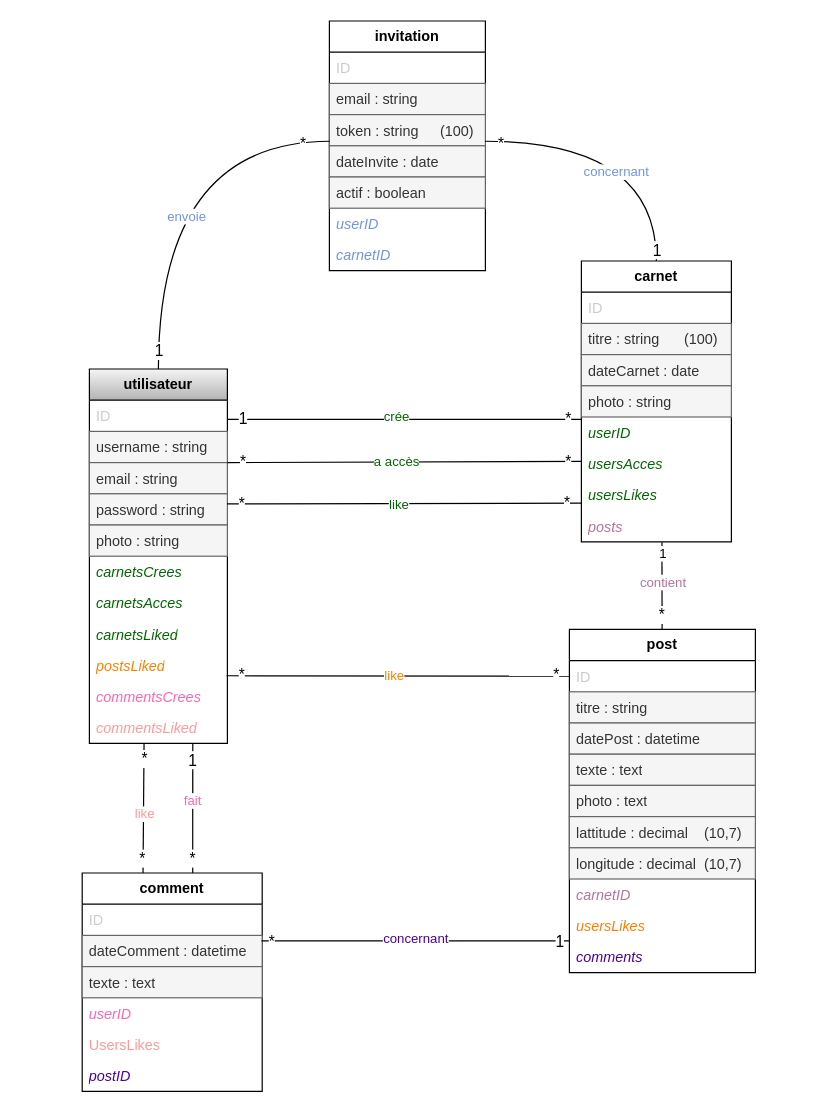
The draw.io diagram doc-projet-symfony/Diagr_CarnetVoyage3.drawio in Lcdz85/ProjetFinal-Laura, before the edit. Source tidied: cells renumbered, new cells numbered last; positions are measured from the earlier drawing's top-left corner, leaving out a move shared by most shapes. Both pictures are drawn from the tidied source at 120%, with x=0, y=0 at pixel (82, 20).
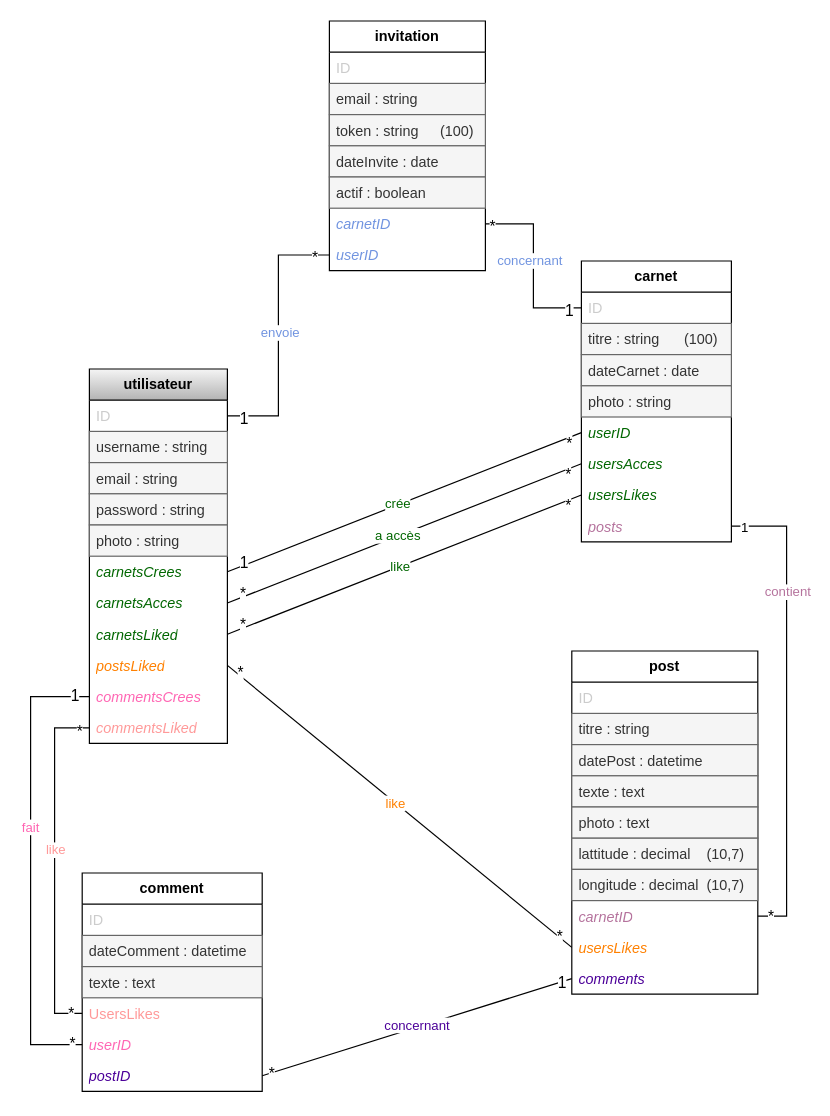
The same diagram, later.

Commit message (it also covers changes not shown here):
modif UML

Unchanged cells that the change refers to:
```xml
<mxCell id="2" value="&lt;b&gt;utilisateur&lt;/b&gt;" style="swimlane;fontStyle=0;horizontal=1;startSize=26;whiteSpace=wrap;html=1;fillColor=#f5f5f5;strokeColor=#000000;gradientColor=#b3b3b3;" parent="1" vertex="1">
  <mxGeometry x="6" y="290" width="115" height="312" as="geometry" />
</mxCell>
<mxCell id="3" value="&lt;font style=&quot;&quot;&gt;ID&lt;/font&gt;" style="text;strokeColor=none;fillColor=none;align=left;verticalAlign=top;spacingLeft=4;spacingRight=4;overflow=hidden;points=[[0,0.5],[1,0.5]];portConstraint=eastwest;whiteSpace=wrap;html=1;fontColor=light-dark(#CCCCCC,#EDEDED);" parent="2" vertex="1">
  <mxGeometry y="26" width="115" height="26" as="geometry" />
</mxCell>
<mxCell id="6" value="password : string" style="text;strokeColor=#666666;fillColor=#f5f5f5;align=left;verticalAlign=top;spacingLeft=4;spacingRight=4;overflow=hidden;points=[[0,0.5],[1,0.5]];portConstraint=eastwest;whiteSpace=wrap;html=1;fontColor=#333333;" parent="2" vertex="1">
  <mxGeometry y="104" width="115" height="26" as="geometry" />
</mxCell>
<mxCell id="8" value="&lt;font&gt;&lt;i&gt;carnetsCrees&lt;/i&gt;&lt;/font&gt;" style="text;strokeColor=none;fillColor=none;align=left;verticalAlign=top;spacingLeft=4;spacingRight=4;overflow=hidden;points=[[0,0.5],[1,0.5]];portConstraint=eastwest;whiteSpace=wrap;html=1;fontColor=#006600;" parent="2" vertex="1">
  <mxGeometry y="156" width="115" height="26" as="geometry" />
</mxCell>
<mxCell id="9" value="&lt;font&gt;&lt;i&gt;carnetsAcces&lt;/i&gt;&lt;/font&gt;" style="text;strokeColor=none;fillColor=none;align=left;verticalAlign=top;spacingLeft=4;spacingRight=4;overflow=hidden;points=[[0,0.5],[1,0.5]];portConstraint=eastwest;whiteSpace=wrap;html=1;fontColor=#006600;" parent="2" vertex="1">
  <mxGeometry y="182" width="115" height="26" as="geometry" />
</mxCell>
<mxCell id="10" value="&lt;font&gt;&lt;i&gt;carnetsLiked&lt;/i&gt;&lt;/font&gt;" style="text;strokeColor=none;fillColor=none;align=left;verticalAlign=top;spacingLeft=4;spacingRight=4;overflow=hidden;points=[[0,0.5],[1,0.5]];portConstraint=eastwest;whiteSpace=wrap;html=1;fontColor=#006600;" parent="2" vertex="1">
  <mxGeometry y="208" width="115" height="26" as="geometry" />
</mxCell>
<mxCell id="11" value="&lt;font&gt;&lt;i&gt;postsLiked&lt;/i&gt;&lt;/font&gt;" style="text;strokeColor=none;fillColor=none;align=left;verticalAlign=top;spacingLeft=4;spacingRight=4;overflow=hidden;points=[[0,0.5],[1,0.5]];portConstraint=eastwest;whiteSpace=wrap;html=1;fontColor=#FF8000;" parent="2" vertex="1">
  <mxGeometry y="234" width="115" height="26" as="geometry" />
</mxCell>
<mxCell id="12" value="&lt;font&gt;&lt;i&gt;commentsCrees&lt;/i&gt;&lt;/font&gt;" style="text;strokeColor=none;fillColor=none;align=left;verticalAlign=top;spacingLeft=4;spacingRight=4;overflow=hidden;points=[[0,0.5],[1,0.5]];portConstraint=eastwest;whiteSpace=wrap;html=1;fontColor=light-dark(#FF66B3,#EDEDED);" parent="2" vertex="1">
  <mxGeometry y="260" width="115" height="26" as="geometry" />
</mxCell>
<mxCell id="13" value="&lt;font&gt;&lt;i&gt;commentsLiked&lt;/i&gt;&lt;/font&gt;" style="text;strokeColor=none;fillColor=none;align=left;verticalAlign=top;spacingLeft=4;spacingRight=4;overflow=hidden;points=[[0,0.5],[1,0.5]];portConstraint=eastwest;whiteSpace=wrap;html=1;fontColor=#FF9999;" parent="2" vertex="1">
  <mxGeometry y="286" width="115" height="26" as="geometry" />
</mxCell>
<mxCell id="14" value="&lt;b&gt;carnet&lt;/b&gt;" style="swimlane;fontStyle=0;horizontal=1;startSize=26;fillColor=none;whiteSpace=wrap;html=1;" parent="1" vertex="1">
  <mxGeometry x="416" y="200" width="125" height="234" as="geometry" />
</mxCell>
<mxCell id="15" value="&lt;font style=&quot;&quot;&gt;ID&lt;/font&gt;" style="text;strokeColor=none;fillColor=none;align=left;verticalAlign=top;spacingLeft=4;spacingRight=4;overflow=hidden;points=[[0,0.5],[1,0.5]];portConstraint=eastwest;whiteSpace=wrap;html=1;fontColor=light-dark(#CCCCCC,#EDEDED);" parent="14" vertex="1">
  <mxGeometry y="26" width="125" height="26" as="geometry" />
</mxCell>
<mxCell id="19" value="&lt;i&gt;userID&lt;/i&gt;" style="text;strokeColor=none;fillColor=none;align=left;verticalAlign=top;spacingLeft=4;spacingRight=4;overflow=hidden;points=[[0,0.5],[1,0.5]];portConstraint=eastwest;whiteSpace=wrap;html=1;fontColor=light-dark(#006600,#EDEDED);" parent="14" vertex="1">
  <mxGeometry y="130" width="125" height="26" as="geometry" />
</mxCell>
<mxCell id="20" value="&lt;i&gt;usersAcces&lt;/i&gt;" style="text;strokeColor=none;fillColor=none;align=left;verticalAlign=top;spacingLeft=4;spacingRight=4;overflow=hidden;points=[[0,0.5],[1,0.5]];portConstraint=eastwest;whiteSpace=wrap;html=1;fontColor=light-dark(#006600,#EDEDED);" parent="14" vertex="1">
  <mxGeometry y="156" width="125" height="26" as="geometry" />
</mxCell>
<mxCell id="21" value="&lt;i&gt;usersLikes&lt;/i&gt;" style="text;strokeColor=none;fillColor=none;align=left;verticalAlign=top;spacingLeft=4;spacingRight=4;overflow=hidden;points=[[0,0.5],[1,0.5]];portConstraint=eastwest;whiteSpace=wrap;html=1;fontColor=light-dark(#006600,#EDEDED);" parent="14" vertex="1">
  <mxGeometry y="182" width="125" height="26" as="geometry" />
</mxCell>
<mxCell id="22" value="&lt;i&gt;posts&lt;/i&gt;" style="text;strokeColor=none;fillColor=none;align=left;verticalAlign=top;spacingLeft=4;spacingRight=4;overflow=hidden;points=[[0,0.5],[1,0.5]];portConstraint=eastwest;whiteSpace=wrap;html=1;fontColor=light-dark(#B5739D,#EDEDED);" parent="14" vertex="1">
  <mxGeometry y="208" width="125" height="26" as="geometry" />
</mxCell>
<mxCell id="32" value="&lt;font style=&quot;&quot;&gt;ID&lt;/font&gt;" style="text;strokeColor=none;fillColor=none;align=left;verticalAlign=top;spacingLeft=4;spacingRight=4;overflow=hidden;points=[[0,0.5],[1,0.5]];portConstraint=eastwest;whiteSpace=wrap;html=1;fontColor=light-dark(#CCCCCC,#EDEDED);" parent="31" vertex="1">
  <mxGeometry y="26" width="155" height="26" as="geometry" />
</mxCell>
<mxCell id="39" value="&lt;i&gt;carnetID&lt;/i&gt;" style="text;strokeColor=none;fillColor=none;align=left;verticalAlign=top;spacingLeft=4;spacingRight=4;overflow=hidden;points=[[0,0.5],[1,0.5]];portConstraint=eastwest;whiteSpace=wrap;html=1;fontColor=light-dark(#B5739D,#EDEDED);" parent="31" vertex="1">
  <mxGeometry y="208" width="155" height="26" as="geometry" />
</mxCell>
<mxCell id="40" value="&lt;i&gt;usersLikes&lt;/i&gt;" style="text;strokeColor=none;fillColor=none;align=left;verticalAlign=top;spacingLeft=4;spacingRight=4;overflow=hidden;points=[[0,0.5],[1,0.5]];portConstraint=eastwest;whiteSpace=wrap;html=1;fontColor=#FF8000;" parent="31" vertex="1">
  <mxGeometry y="234" width="155" height="26" as="geometry" />
</mxCell>
<mxCell id="41" value="&lt;i&gt;comments&lt;/i&gt;" style="text;strokeColor=none;fillColor=none;align=left;verticalAlign=top;spacingLeft=4;spacingRight=4;overflow=hidden;points=[[0,0.5],[1,0.5]];portConstraint=eastwest;whiteSpace=wrap;html=1;fontColor=light-dark(#4C0099,#EDEDED);" parent="31" vertex="1">
  <mxGeometry y="260" width="155" height="26" as="geometry" />
</mxCell>
<mxCell id="46" value="&lt;b&gt;comment&lt;/b&gt;" style="swimlane;fontStyle=0;horizontal=1;startSize=26;fillColor=none;whiteSpace=wrap;html=1;" parent="1" vertex="1">
  <mxGeometry y="710" width="150" height="182" as="geometry" />
</mxCell>
<mxCell id="48" value="dateComment : datetime" style="text;strokeColor=#666666;fillColor=#f5f5f5;align=left;verticalAlign=top;spacingLeft=4;spacingRight=4;overflow=hidden;points=[[0,0.5],[1,0.5]];portConstraint=eastwest;whiteSpace=wrap;html=1;fontColor=#333333;" parent="46" vertex="1">
  <mxGeometry y="52" width="150" height="26" as="geometry" />
</mxCell>
<mxCell id="52" value="&lt;i&gt;postID&lt;/i&gt;" style="text;strokeColor=none;fillColor=none;align=left;verticalAlign=top;spacingLeft=4;spacingRight=4;overflow=hidden;points=[[0,0.5],[1,0.5]];portConstraint=eastwest;whiteSpace=wrap;html=1;fontColor=light-dark(#4C0099,#EDEDED);" parent="46" vertex="1">
  <mxGeometry y="156" width="150" height="26" as="geometry" />
</mxCell>
<mxCell id="65" value="&lt;b&gt;invitation&lt;/b&gt;" style="swimlane;fontStyle=0;horizontal=1;startSize=26;fillColor=none;whiteSpace=wrap;html=1;" parent="1" vertex="1">
  <mxGeometry x="206" width="130" height="208" as="geometry" />
</mxCell>
<mxCell id="68" value="token : string&lt;span style=&quot;white-space: pre;&quot;&gt;&#9;&lt;/span&gt;&amp;nbsp;&amp;nbsp;(100)" style="text;strokeColor=#666666;fillColor=#f5f5f5;align=left;verticalAlign=top;spacingLeft=4;spacingRight=4;overflow=hidden;points=[[0,0.5],[1,0.5]];portConstraint=eastwest;whiteSpace=wrap;html=1;fontColor=#333333;" parent="65" vertex="1">
  <mxGeometry y="78" width="130" height="26" as="geometry" />
</mxCell>
```

Change to the diagram source:
```diff
@@
-    <mxCell id="23" style="endArrow=none;endFill=0;endSize=12;html=1;rounded=0;entryX=-0.001;entryY=0.073;entryDx=0;entryDy=0;entryPerimeter=0;exitX=0.997;exitY=0.615;exitDx=0;exitDy=0;exitPerimeter=0;" parent="1" edge="1" source="3" target="19">
+    <mxCell id="23" style="endArrow=none;endFill=0;endSize=12;html=1;rounded=0;entryX=0;entryY=0.5;entryDx=0;entryDy=0;exitX=1;exitY=0.5;exitDx=0;exitDy=0;" parent="1" edge="1" source="8" target="19">
       <mxGeometry relative="1" as="geometry" />
     </mxCell>
@@
-    <mxCell id="27" style="endArrow=none;endFill=0;endSize=12;html=1;rounded=0;strokeColor=light-dark(#000000, #2b82da);entryX=-0.003;entryY=0.424;entryDx=0;entryDy=0;entryPerimeter=0;exitX=1;exitY=0.25;exitDx=0;exitDy=0;" parent="1" edge="1" source="2" target="20">
+    <mxCell id="27" style="endArrow=none;endFill=0;endSize=12;html=1;rounded=0;strokeColor=light-dark(#000000, #2b82da);exitX=1;exitY=0.5;exitDx=0;exitDy=0;entryX=0;entryY=0.5;entryDx=0;entryDy=0;" parent="1" edge="1" source="9" target="20">
       <mxGeometry relative="1" as="geometry" />
     </mxCell>
@@
     <mxCell id="31" value="&lt;b&gt;post&lt;/b&gt;" style="swimlane;fontStyle=0;horizontal=1;startSize=26;fillColor=none;whiteSpace=wrap;html=1;" parent="1" vertex="1">
-      <mxGeometry x="406" y="507" width="155" height="286" as="geometry" />
+      <mxGeometry x="408" y="525" width="155" height="286" as="geometry" />
     </mxCell>
@@
-    <mxCell id="42" style="endArrow=none;endFill=0;endSize=12;html=1;rounded=0;entryX=0.537;entryY=1.016;entryDx=0;entryDy=0;entryPerimeter=0;" parent="1" edge="1" source="31" target="22">
-      <mxGeometry relative="1" as="geometry" />
+    <mxCell id="42" style="endArrow=none;endFill=0;endSize=12;html=1;rounded=0;entryX=1;entryY=0.5;entryDx=0;entryDy=0;exitX=1;exitY=0.5;exitDx=0;exitDy=0;edgeStyle=orthogonalEdgeStyle;" parent="1" edge="1" source="39" target="22">
+      <mxGeometry relative="1" as="geometry">
+        <Array as="points">
+          <mxPoint x="587" y="746" />
+          <mxPoint x="587" y="421" />
+        </Array>
+      </mxGeometry>
     </mxCell>
     <mxCell id="43" value="1" style="edgeLabel;html=1;align=center;verticalAlign=middle;" parent="42" vertex="1">
-      <mxGeometry x="0.77" relative="1" as="geometry" />
+      <mxGeometry x="0.77" relative="1" as="geometry">
+        <mxPoint x="-35" as="offset" />
+      </mxGeometry>
     </mxCell>
     <mxCell id="44" value="*" style="edgeLabel;html=1;align=center;verticalAlign=middle;fontSize=13;" parent="42" vertex="1">
       <mxGeometry x="-0.82" relative="1" as="geometry">
-        <mxPoint x="-1" y="-6" as="offset" />
+        <mxPoint x="-14" y="11" as="offset" />
       </mxGeometry>
     </mxCell>
     <mxCell id="45" value="contient" style="edgeLabel;html=1;align=center;verticalAlign=middle;fontColor=light-dark(#B5739D,#EDEDED);" parent="42" vertex="1">
       <mxGeometry x="0.01" relative="1" as="geometry">
-        <mxPoint y="-3" as="offset" />
+        <mxPoint y="-96" as="offset" />
       </mxGeometry>
     </mxCell>
@@
+    <mxCell id="51" value="&lt;div&gt;UsersLikes&lt;/div&gt;" style="text;strokeColor=none;fillColor=none;align=left;verticalAlign=top;spacingLeft=4;spacingRight=4;overflow=hidden;points=[[0,0.5],[1,0.5]];portConstraint=eastwest;whiteSpace=wrap;html=1;fontColor=#FF9999;" parent="46" vertex="1">
+      <mxGeometry y="104" width="150" height="26" as="geometry" />
+    </mxCell>
     <mxCell id="50" value="&lt;i&gt;userID&lt;/i&gt;" style="text;strokeColor=none;fillColor=none;align=left;verticalAlign=top;spacingLeft=4;spacingRight=4;overflow=hidden;points=[[0,0.5],[1,0.5]];portConstraint=eastwest;whiteSpace=wrap;html=1;fontColor=light-dark(#FF66B3,#EDEDED);" parent="46" vertex="1">
-      <mxGeometry y="104" width="150" height="26" as="geometry" />
+      <mxGeometry y="130" width="150" height="26" as="geometry" />
     </mxCell>
-    <mxCell id="51" value="&lt;div&gt;UsersLikes&lt;/div&gt;" style="text;strokeColor=none;fillColor=none;align=left;verticalAlign=top;spacingLeft=4;spacingRight=4;overflow=hidden;points=[[0,0.5],[1,0.5]];portConstraint=eastwest;whiteSpace=wrap;html=1;fontColor=#FF9999;" parent="46" vertex="1">
-      <mxGeometry y="130" width="150" height="26" as="geometry" />
-    </mxCell>
@@
-    <mxCell id="53" style="endArrow=none;endFill=0;endSize=12;html=1;rounded=0;exitX=0.614;exitY=0;exitDx=0;exitDy=0;entryX=0.749;entryY=1.022;entryDx=0;entryDy=0;entryPerimeter=0;exitPerimeter=0;" parent="1" edge="1" source="46" target="13">
-      <mxGeometry relative="1" as="geometry" />
+    <mxCell id="53" style="endArrow=none;endFill=0;endSize=12;html=1;rounded=0;exitX=0;exitY=0.5;exitDx=0;exitDy=0;entryX=0;entryY=0.5;entryDx=0;entryDy=0;edgeStyle=orthogonalEdgeStyle;" parent="1" edge="1" source="50" target="12">
+      <mxGeometry relative="1" as="geometry">
+        <Array as="points">
+          <mxPoint x="-43" y="853" />
+          <mxPoint x="-43" y="563" />
+        </Array>
+      </mxGeometry>
     </mxCell>
     <mxCell id="54" value="*" style="edgeLabel;html=1;align=center;verticalAlign=middle;fontSize=13;" parent="53" vertex="1">
       <mxGeometry x="-0.87" y="1" relative="1" as="geometry">
-        <mxPoint y="-5" as="offset" />
+        <mxPoint x="16" y="-3" as="offset" />
       </mxGeometry>
     </mxCell>
     <mxCell id="55" value="1" style="edgeLabel;html=1;align=center;verticalAlign=middle;fontSize=13;" parent="53" vertex="1">
       <mxGeometry x="0.84" y="-1" relative="1" as="geometry">
-        <mxPoint x="-2" y="4" as="offset" />
+        <mxPoint x="18" y="-3" as="offset" />
       </mxGeometry>
     </mxCell>
     <mxCell id="56" value="fait" style="edgeLabel;html=1;align=center;verticalAlign=middle;fontColor=light-dark(#FF66B3,#EDEDED);" parent="53" vertex="1">
       <mxGeometry y="1" relative="1" as="geometry">
-        <mxPoint y="-6" as="offset" />
+        <mxPoint y="-34" as="offset" />
       </mxGeometry>
     </mxCell>
-    <mxCell id="57" style="endArrow=none;endFill=0;endSize=12;html=1;rounded=0;entryX=0.396;entryY=0.998;entryDx=0;entryDy=0;entryPerimeter=0;exitX=0.338;exitY=0;exitDx=0;exitDy=0;exitPerimeter=0;" parent="1" edge="1" source="46" target="13">
-      <mxGeometry relative="1" as="geometry" />
+    <mxCell id="57" style="endArrow=none;endFill=0;endSize=12;html=1;rounded=0;entryX=0;entryY=0.5;entryDx=0;entryDy=0;exitX=0;exitY=0.5;exitDx=0;exitDy=0;edgeStyle=orthogonalEdgeStyle;" parent="1" edge="1" source="51" target="13">
+      <mxGeometry relative="1" as="geometry">
+        <Array as="points">
+          <mxPoint x="-23" y="827" />
+          <mxPoint x="-23" y="589" />
+        </Array>
+      </mxGeometry>
     </mxCell>
     <mxCell id="58" value="*" style="edgeLabel;html=1;align=center;verticalAlign=middle;fontSize=13;" parent="57" vertex="1">
       <mxGeometry x="-0.87" y="1" relative="1" as="geometry">
-        <mxPoint y="-5" as="offset" />
+        <mxPoint x="9" y="-2" as="offset" />
       </mxGeometry>
     </mxCell>
     <mxCell id="59" value="*" style="edgeLabel;html=1;align=center;verticalAlign=middle;fontSize=13;" parent="57" vertex="1">
       <mxGeometry x="0.84" y="-1" relative="1" as="geometry">
-        <mxPoint x="-1" y="3" as="offset" />
+        <mxPoint x="14" y="1" as="offset" />
       </mxGeometry>
     </mxCell>
     <mxCell id="60" value="like" style="edgeLabel;html=1;align=center;verticalAlign=middle;fontColor=#FF9999;" parent="57" vertex="1">
       <mxGeometry y="2" relative="1" as="geometry">
-        <mxPoint x="2" y="5" as="offset" />
+        <mxPoint x="2" y="-15" as="offset" />
       </mxGeometry>
     </mxCell>
-    <mxCell id="61" style="endArrow=none;endFill=1;endSize=12;html=1;rounded=0;startFill=0;exitX=0.996;exitY=0.175;exitDx=0;exitDy=0;exitPerimeter=0;entryX=0.001;entryY=0.98;entryDx=0;entryDy=0;entryPerimeter=0;" parent="1" edge="1" source="48" target="40">
+    <mxCell id="61" style="endArrow=none;endFill=1;endSize=12;html=1;rounded=0;startFill=0;exitX=1;exitY=0.5;exitDx=0;exitDy=0;entryX=0;entryY=0.5;entryDx=0;entryDy=0;" parent="1" edge="1" source="52" target="41">
       <mxGeometry relative="1" as="geometry" />
     </mxCell>
@@
+    <mxCell id="72" value="&lt;i&gt;carnetID&lt;/i&gt;" style="text;strokeColor=none;fillColor=none;align=left;verticalAlign=top;spacingLeft=4;spacingRight=4;overflow=hidden;points=[[0,0.5],[1,0.5]];portConstraint=eastwest;whiteSpace=wrap;html=1;fontColor=#7194E0;" parent="65" vertex="1">
+      <mxGeometry y="156" width="130" height="26" as="geometry" />
+    </mxCell>
     <mxCell id="71" value="&lt;i&gt;userID&lt;/i&gt;" style="text;strokeColor=none;fillColor=none;align=left;verticalAlign=top;spacingLeft=4;spacingRight=4;overflow=hidden;points=[[0,0.5],[1,0.5]];portConstraint=eastwest;whiteSpace=wrap;html=1;fontColor=#7194E0;" parent="65" vertex="1">
-      <mxGeometry y="156" width="130" height="26" as="geometry" />
+      <mxGeometry y="182" width="130" height="26" as="geometry" />
     </mxCell>
-    <mxCell id="72" value="&lt;i&gt;carnetID&lt;/i&gt;" style="text;strokeColor=none;fillColor=none;align=left;verticalAlign=top;spacingLeft=4;spacingRight=4;overflow=hidden;points=[[0,0.5],[1,0.5]];portConstraint=eastwest;whiteSpace=wrap;html=1;fontColor=#7194E0;" parent="65" vertex="1">
-      <mxGeometry y="182" width="130" height="26" as="geometry" />
-    </mxCell>
-    <mxCell id="73" style="endArrow=none;endFill=0;endSize=12;html=1;rounded=0;exitX=0.5;exitY=0;exitDx=0;exitDy=0;entryX=0.997;entryY=0.854;entryDx=0;entryDy=0;entryPerimeter=0;strokeColor=#000000;edgeStyle=orthogonalEdgeStyle;curved=1;" parent="1" edge="1" source="14" target="68">
+    <mxCell id="73" style="endArrow=none;endFill=0;endSize=12;html=1;rounded=0;exitX=0;exitY=0.5;exitDx=0;exitDy=0;entryX=1;entryY=0.5;entryDx=0;entryDy=0;strokeColor=#000000;edgeStyle=orthogonalEdgeStyle;" parent="1" edge="1" source="15" target="72">
       <mxGeometry relative="1" as="geometry" />
     </mxCell>
     <mxCell id="74" value="1" style="edgeLabel;html=1;align=center;verticalAlign=middle;fontSize=13;" parent="73" vertex="1">
       <mxGeometry x="-0.87" y="-1" relative="1" as="geometry">
-        <mxPoint x="-1" y="6" as="offset" />
+        <mxPoint x="-1" y="2" as="offset" />
       </mxGeometry>
     </mxCell>
@@
     <mxCell id="76" value="concernant" style="edgeLabel;html=1;align=center;verticalAlign=middle;fontColor=#7194E0;" parent="73" vertex="1">
       <mxGeometry x="-0.3" y="26" relative="1" as="geometry">
-        <mxPoint x="-8" y="10" as="offset" />
+        <mxPoint x="22" y="-27" as="offset" />
       </mxGeometry>
     </mxCell>
-    <mxCell id="77" style="endArrow=none;endFill=0;endSize=12;html=1;rounded=0;exitX=0.5;exitY=0;exitDx=0;exitDy=0;entryX=0.003;entryY=0.854;entryDx=0;entryDy=0;entryPerimeter=0;strokeColor=#000000;edgeStyle=orthogonalEdgeStyle;curved=1;" parent="1" edge="1" source="2" target="68">
+    <mxCell id="77" style="endArrow=none;endFill=0;endSize=12;html=1;rounded=0;exitX=1;exitY=0.5;exitDx=0;exitDy=0;entryX=0;entryY=0.5;entryDx=0;entryDy=0;strokeColor=#000000;edgeStyle=orthogonalEdgeStyle;" parent="1" edge="1" source="3" target="71">
       <mxGeometry relative="1" as="geometry" />
     </mxCell>
     <mxCell id="78" value="1" style="edgeLabel;html=1;align=center;verticalAlign=middle;fontSize=13;" parent="77" vertex="1">
       <mxGeometry x="-0.87" y="-1" relative="1" as="geometry">
-        <mxPoint x="-1" y="6" as="offset" />
+        <mxPoint x="-1" as="offset" />
       </mxGeometry>
     </mxCell>
@@
     <mxCell id="80" value="envoie" style="edgeLabel;html=1;align=center;verticalAlign=middle;fontColor=#7194E0;" parent="77" vertex="1">
       <mxGeometry x="-0.05" y="1" relative="1" as="geometry">
-        <mxPoint x="24" y="30" as="offset" />
+        <mxPoint x="2" y="-8" as="offset" />
       </mxGeometry>
     </mxCell>
-    <mxCell id="81" style="endArrow=none;endFill=0;endSize=12;html=1;rounded=0;strokeColor=light-dark(#000000, #2b82da);exitX=0.997;exitY=0.323;exitDx=0;exitDy=0;exitPerimeter=0;entryX=-0.001;entryY=0.761;entryDx=0;entryDy=0;entryPerimeter=0;" parent="1" edge="1" source="6" target="21">
+    <mxCell id="81" style="endArrow=none;endFill=0;endSize=12;html=1;rounded=0;strokeColor=light-dark(#000000, #2b82da);exitX=1;exitY=0.5;exitDx=0;exitDy=0;entryX=0;entryY=0.5;entryDx=0;entryDy=0;" parent="1" edge="1" source="10" target="21">
       <mxGeometry relative="1" as="geometry" />
     </mxCell>
@@
-    <mxCell id="85" style="endArrow=none;endFill=0;endSize=12;html=1;rounded=0;strokeColor=light-dark(#000000, #2b82da);entryX=0;entryY=0.5;entryDx=0;entryDy=0;exitX=0.994;exitY=0.832;exitDx=0;exitDy=0;exitPerimeter=0;" parent="1" edge="1" source="11" target="32">
+    <mxCell id="85" style="endArrow=none;endFill=0;endSize=12;html=1;rounded=0;strokeColor=light-dark(#000000, #2b82da);entryX=0;entryY=0.5;entryDx=0;entryDy=0;exitX=1;exitY=0.5;exitDx=0;exitDy=0;" parent="1" edge="1" source="11" target="40">
       <mxGeometry relative="1" as="geometry" />
     </mxCell>
     <mxCell id="86" value="*" style="edgeLabel;html=1;align=center;verticalAlign=middle;fontSize=13;" parent="85" vertex="1">
       <mxGeometry x="-0.87" y="-1" relative="1" as="geometry">
-        <mxPoint x="-7" y="-2" as="offset" />
+        <mxPoint x="-7" y="-10" as="offset" />
       </mxGeometry>
     </mxCell>
     <mxCell id="87" value="*" style="edgeLabel;html=1;align=center;verticalAlign=middle;fontSize=13;" parent="85" vertex="1">
       <mxGeometry x="0.83" y="-2" relative="1" as="geometry">
-        <mxPoint x="13" y="-3" as="offset" />
+        <mxPoint x="15" y="9" as="offset" />
       </mxGeometry>
     </mxCell>
```
